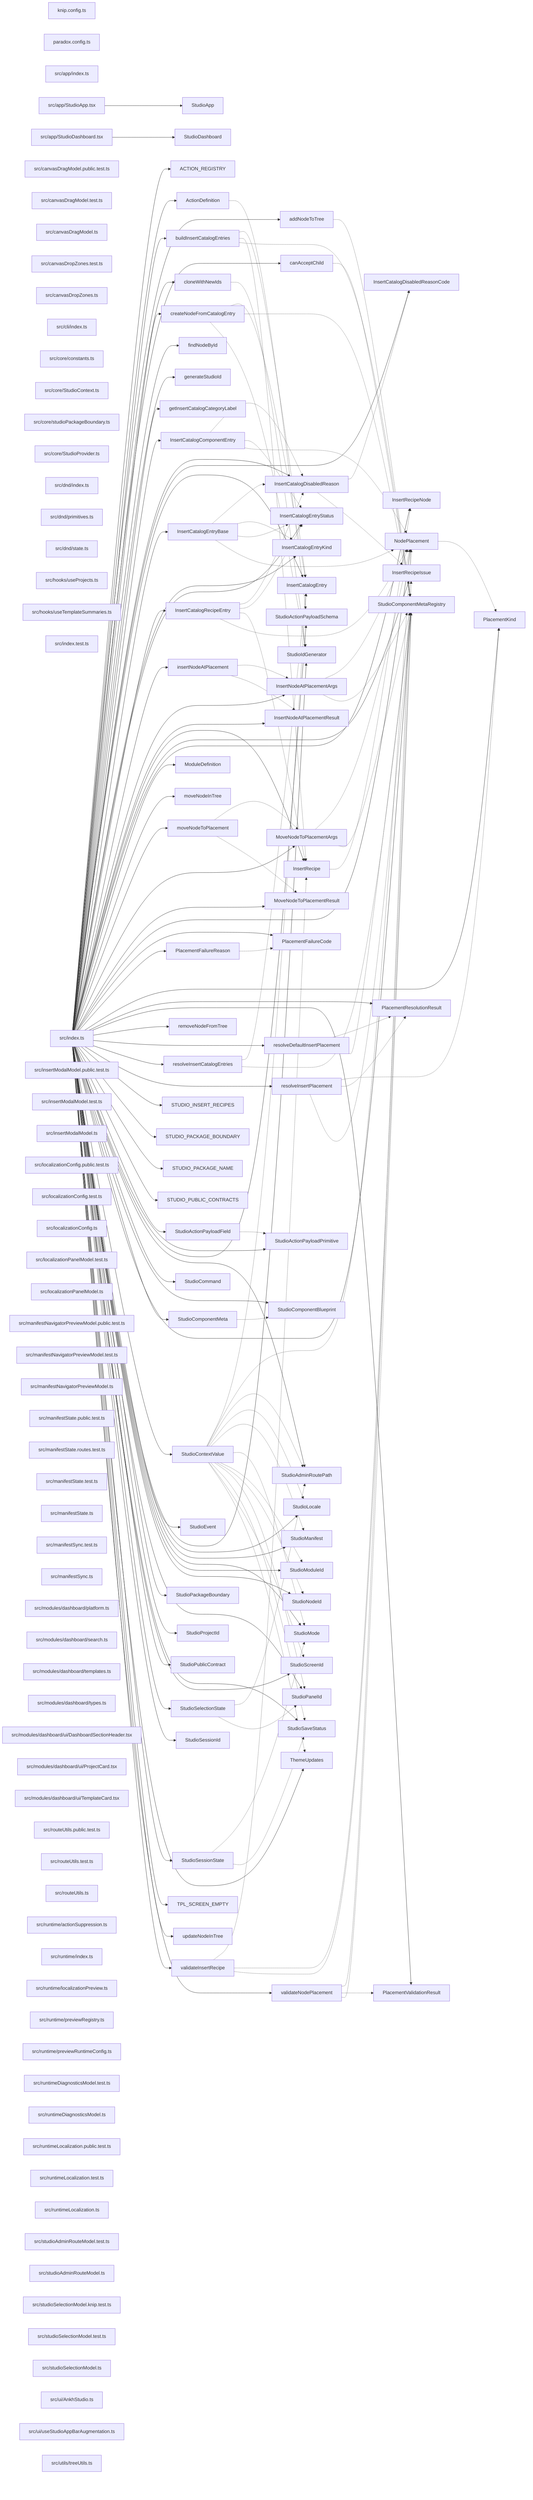
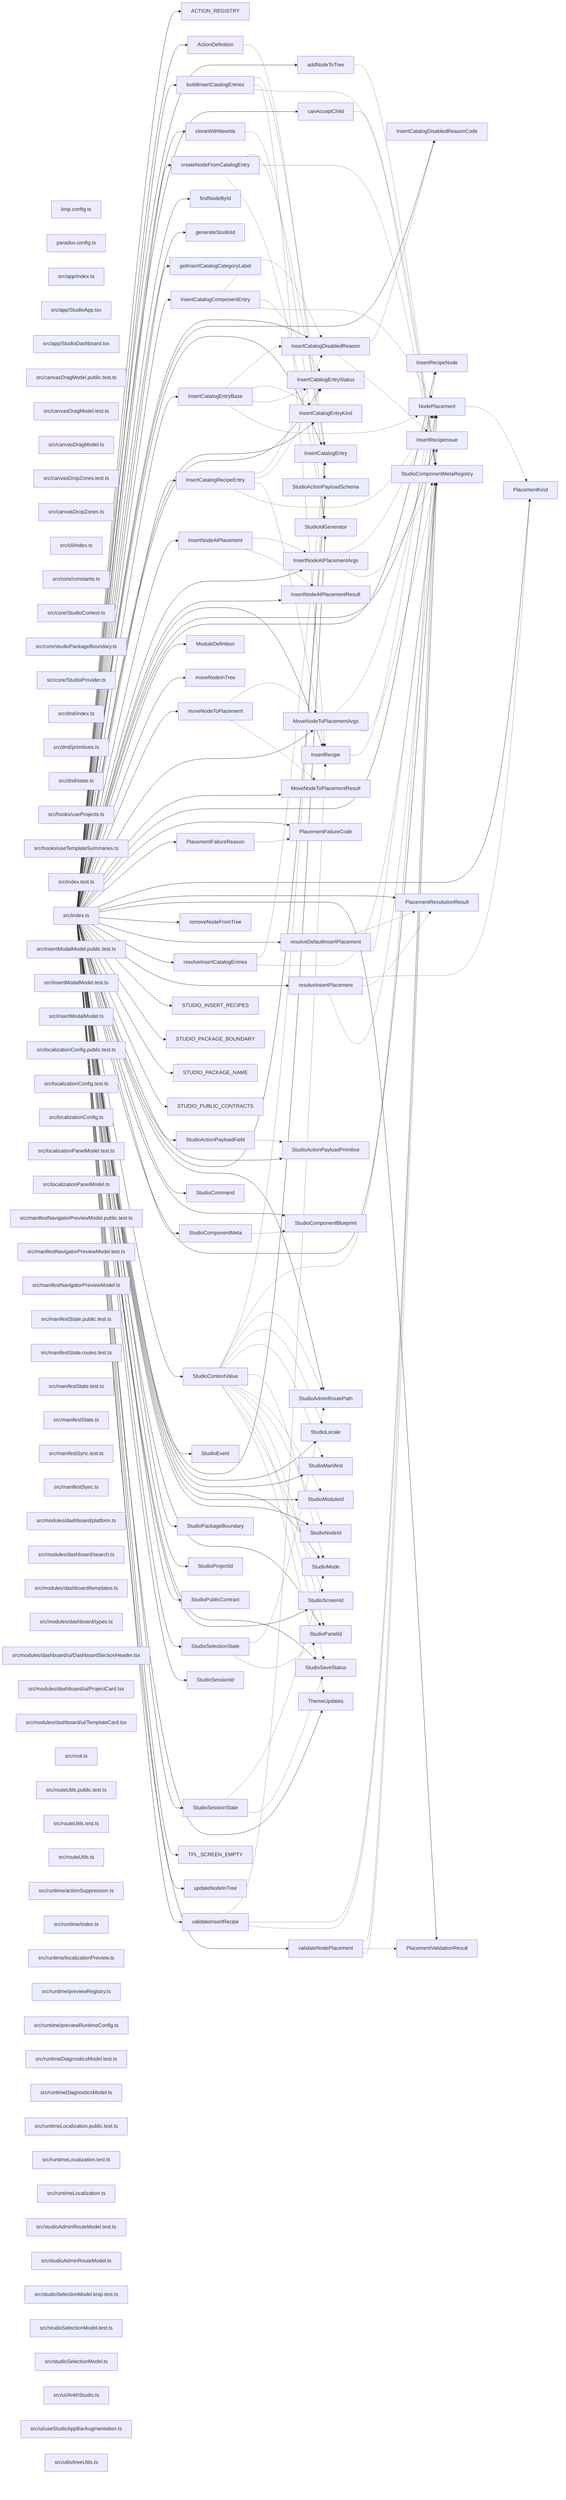
graph LR
  module_knip_config_ts["knip.config.ts"]
  module_paradox_config_ts["paradox.config.ts"]
  module_src_app_index_ts["src/app/index.ts"]
  module_src_app_StudioApp_tsx["src/app/StudioApp.tsx"]
  module_src_app_StudioDashboard_tsx["src/app/StudioDashboard.tsx"]
  module_src_canvasDragModel_public_test_ts["src/canvasDragModel.public.test.ts"]
  module_src_canvasDragModel_test_ts["src/canvasDragModel.test.ts"]
  module_src_canvasDragModel_ts["src/canvasDragModel.ts"]
  module_src_canvasDropZones_test_ts["src/canvasDropZones.test.ts"]
  module_src_canvasDropZones_ts["src/canvasDropZones.ts"]
  module_src_cli_index_ts["src/cli/index.ts"]
  module_src_core_constants_ts["src/core/constants.ts"]
  module_src_core_StudioContext_ts["src/core/StudioContext.ts"]
  module_src_core_studioPackageBoundary_ts["src/core/studioPackageBoundary.ts"]
  module_src_core_StudioProvider_ts["src/core/StudioProvider.ts"]
  module_src_dnd_index_ts["src/dnd/index.ts"]
  module_src_dnd_primitives_ts["src/dnd/primitives.ts"]
  module_src_dnd_state_ts["src/dnd/state.ts"]
  module_src_hooks_useProjects_ts["src/hooks/useProjects.ts"]
  module_src_hooks_useTemplateSummaries_ts["src/hooks/useTemplateSummaries.ts"]
  module_src_index_test_ts["src/index.test.ts"]
  module_src_index_ts["src/index.ts"]
  module_src_insertModalModel_public_test_ts["src/insertModalModel.public.test.ts"]
  module_src_insertModalModel_test_ts["src/insertModalModel.test.ts"]
  module_src_insertModalModel_ts["src/insertModalModel.ts"]
  module_src_localizationConfig_public_test_ts["src/localizationConfig.public.test.ts"]
  module_src_localizationConfig_test_ts["src/localizationConfig.test.ts"]
  module_src_localizationConfig_ts["src/localizationConfig.ts"]
  module_src_localizationPanelModel_test_ts["src/localizationPanelModel.test.ts"]
  module_src_localizationPanelModel_ts["src/localizationPanelModel.ts"]
  module_src_manifestNavigatorPreviewModel_public_test_ts["src/manifestNavigatorPreviewModel.public.test.ts"]
  module_src_manifestNavigatorPreviewModel_test_ts["src/manifestNavigatorPreviewModel.test.ts"]
  module_src_manifestNavigatorPreviewModel_ts["src/manifestNavigatorPreviewModel.ts"]
  module_src_manifestState_public_test_ts["src/manifestState.public.test.ts"]
  module_src_manifestState_routes_test_ts["src/manifestState.routes.test.ts"]
  module_src_manifestState_test_ts["src/manifestState.test.ts"]
  module_src_manifestState_ts["src/manifestState.ts"]
  module_src_manifestSync_test_ts["src/manifestSync.test.ts"]
  module_src_manifestSync_ts["src/manifestSync.ts"]
  module_src_modules_dashboard_platform_ts["src/modules/dashboard/platform.ts"]
  module_src_modules_dashboard_search_ts["src/modules/dashboard/search.ts"]
  module_src_modules_dashboard_templates_ts["src/modules/dashboard/templates.ts"]
  module_src_modules_dashboard_types_ts["src/modules/dashboard/types.ts"]
  module_src_modules_dashboard_ui_DashboardSectionHeader_tsx["src/modules/dashboard/ui/DashboardSectionHeader.tsx"]
  module_src_modules_dashboard_ui_ProjectCard_tsx["src/modules/dashboard/ui/ProjectCard.tsx"]
  module_src_modules_dashboard_ui_TemplateCard_tsx["src/modules/dashboard/ui/TemplateCard.tsx"]
+   module_src_root_ts["src/root.ts"]
  module_src_routeUtils_public_test_ts["src/routeUtils.public.test.ts"]
  module_src_routeUtils_test_ts["src/routeUtils.test.ts"]
  module_src_routeUtils_ts["src/routeUtils.ts"]
  module_src_runtime_actionSuppression_ts["src/runtime/actionSuppression.ts"]
  module_src_runtime_index_ts["src/runtime/index.ts"]
  module_src_runtime_localizationPreview_ts["src/runtime/localizationPreview.ts"]
  module_src_runtime_previewRegistry_ts["src/runtime/previewRegistry.ts"]
  module_src_runtime_previewRuntimeConfig_ts["src/runtime/previewRuntimeConfig.ts"]
  module_src_runtimeDiagnosticsModel_test_ts["src/runtimeDiagnosticsModel.test.ts"]
  module_src_runtimeDiagnosticsModel_ts["src/runtimeDiagnosticsModel.ts"]
  module_src_runtimeLocalization_public_test_ts["src/runtimeLocalization.public.test.ts"]
  module_src_runtimeLocalization_test_ts["src/runtimeLocalization.test.ts"]
  module_src_runtimeLocalization_ts["src/runtimeLocalization.ts"]
  module_src_studioAdminRouteModel_test_ts["src/studioAdminRouteModel.test.ts"]
  module_src_studioAdminRouteModel_ts["src/studioAdminRouteModel.ts"]
  module_src_studioSelectionModel_knip_test_ts["src/studioSelectionModel.knip.test.ts"]
  module_src_studioSelectionModel_test_ts["src/studioSelectionModel.test.ts"]
  module_src_studioSelectionModel_ts["src/studioSelectionModel.ts"]
  module_src_ui_AnkhStudio_ts["src/ui/AnkhStudio.ts"]
  module_src_ui_useStudioAppBarAugmentation_ts["src/ui/useStudioAppBarAugmentation.ts"]
  module_src_utils_treeUtils_ts["src/utils/treeUtils.ts"]
  export_ACTION_REGISTRY["ACTION_REGISTRY"]
  module_src_index_ts --> export_ACTION_REGISTRY
  export_ActionDefinition["ActionDefinition"]
  module_src_index_ts --> export_ActionDefinition
  export_ActionDefinition -.-> export_StudioActionPayloadSchema
  export_addNodeToTree["addNodeToTree"]
  module_src_index_ts --> export_addNodeToTree
  export_addNodeToTree -.-> export_StudioComponentMetaRegistry
  export_buildInsertCatalogEntries["buildInsertCatalogEntries"]
  module_src_index_ts --> export_buildInsertCatalogEntries
  export_buildInsertCatalogEntries -.-> export_InsertCatalogEntry
  export_buildInsertCatalogEntries -.-> export_InsertRecipe
  export_buildInsertCatalogEntries -.-> export_StudioComponentMetaRegistry
  export_canAcceptChild["canAcceptChild"]
  module_src_index_ts --> export_canAcceptChild
  export_canAcceptChild -.-> export_StudioComponentMetaRegistry
  export_cloneWithNewIds["cloneWithNewIds"]
  module_src_index_ts --> export_cloneWithNewIds
  export_cloneWithNewIds -.-> export_StudioIdGenerator
  export_createNodeFromCatalogEntry["createNodeFromCatalogEntry"]
  module_src_index_ts --> export_createNodeFromCatalogEntry
  export_createNodeFromCatalogEntry -.-> export_InsertCatalogEntry
  export_createNodeFromCatalogEntry -.-> export_StudioComponentMetaRegistry
  export_createNodeFromCatalogEntry -.-> export_StudioIdGenerator
  export_findNodeById["findNodeById"]
  module_src_index_ts --> export_findNodeById
  export_generateStudioId["generateStudioId"]
  module_src_index_ts --> export_generateStudioId
  export_getInsertCatalogCategoryLabel["getInsertCatalogCategoryLabel"]
  module_src_index_ts --> export_getInsertCatalogCategoryLabel
  export_InsertCatalogComponentEntry["InsertCatalogComponentEntry"]
  module_src_index_ts --> export_InsertCatalogComponentEntry
  export_InsertCatalogComponentEntry -.-> export_InsertCatalogDisabledReason
  export_InsertCatalogComponentEntry -.-> export_InsertCatalogEntryStatus
  export_InsertCatalogComponentEntry -.-> export_NodePlacement
  export_InsertCatalogDisabledReason["InsertCatalogDisabledReason"]
  module_src_index_ts --> export_InsertCatalogDisabledReason
  export_InsertCatalogDisabledReason -.-> export_InsertCatalogDisabledReasonCode
  export_InsertCatalogDisabledReason -.-> export_InsertRecipeIssue
  export_InsertCatalogDisabledReasonCode["InsertCatalogDisabledReasonCode"]
  module_src_index_ts --> export_InsertCatalogDisabledReasonCode
  export_InsertCatalogEntry["InsertCatalogEntry"]
  module_src_index_ts --> export_InsertCatalogEntry
  export_InsertCatalogEntryBase["InsertCatalogEntryBase"]
  module_src_index_ts --> export_InsertCatalogEntryBase
  export_InsertCatalogEntryBase -.-> export_InsertCatalogDisabledReason
  export_InsertCatalogEntryBase -.-> export_InsertCatalogEntryKind
  export_InsertCatalogEntryBase -.-> export_InsertCatalogEntryStatus
  export_InsertCatalogEntryBase -.-> export_NodePlacement
  export_InsertCatalogEntryKind["InsertCatalogEntryKind"]
  module_src_index_ts --> export_InsertCatalogEntryKind
  export_InsertCatalogEntryStatus["InsertCatalogEntryStatus"]
  module_src_index_ts --> export_InsertCatalogEntryStatus
  export_InsertCatalogRecipeEntry["InsertCatalogRecipeEntry"]
  module_src_index_ts --> export_InsertCatalogRecipeEntry
  export_InsertCatalogRecipeEntry -.-> export_InsertCatalogDisabledReason
  export_InsertCatalogRecipeEntry -.-> export_InsertCatalogEntryStatus
  export_InsertCatalogRecipeEntry -.-> export_InsertRecipe
  export_InsertCatalogRecipeEntry -.-> export_NodePlacement
  export_insertNodeAtPlacement["insertNodeAtPlacement"]
  module_src_index_ts --> export_insertNodeAtPlacement
  export_insertNodeAtPlacement -.-> export_InsertNodeAtPlacementArgs
  export_insertNodeAtPlacement -.-> export_InsertNodeAtPlacementResult
  export_InsertNodeAtPlacementArgs["InsertNodeAtPlacementArgs"]
  module_src_index_ts --> export_InsertNodeAtPlacementArgs
  export_InsertNodeAtPlacementArgs -.-> export_NodePlacement
  export_InsertNodeAtPlacementArgs -.-> export_StudioComponentMetaRegistry
  export_InsertNodeAtPlacementResult["InsertNodeAtPlacementResult"]
  module_src_index_ts --> export_InsertNodeAtPlacementResult
  export_InsertRecipe["InsertRecipe"]
  module_src_index_ts --> export_InsertRecipe
  export_InsertRecipe -.-> export_InsertRecipeNode
  export_InsertRecipeIssue["InsertRecipeIssue"]
  module_src_index_ts --> export_InsertRecipeIssue
  export_InsertRecipeNode["InsertRecipeNode"]
  module_src_index_ts --> export_InsertRecipeNode
  export_ModuleDefinition["ModuleDefinition"]
  module_src_index_ts --> export_ModuleDefinition
  export_moveNodeInTree["moveNodeInTree"]
  module_src_index_ts --> export_moveNodeInTree
  export_moveNodeToPlacement["moveNodeToPlacement"]
  module_src_index_ts --> export_moveNodeToPlacement
  export_moveNodeToPlacement -.-> export_MoveNodeToPlacementArgs
  export_moveNodeToPlacement -.-> export_MoveNodeToPlacementResult
  export_MoveNodeToPlacementArgs["MoveNodeToPlacementArgs"]
  module_src_index_ts --> export_MoveNodeToPlacementArgs
  export_MoveNodeToPlacementArgs -.-> export_NodePlacement
  export_MoveNodeToPlacementArgs -.-> export_StudioComponentMetaRegistry
  export_MoveNodeToPlacementResult["MoveNodeToPlacementResult"]
  module_src_index_ts --> export_MoveNodeToPlacementResult
  export_NodePlacement["NodePlacement"]
  module_src_index_ts --> export_NodePlacement
  export_NodePlacement -.-> export_PlacementKind
  export_PlacementFailureCode["PlacementFailureCode"]
  module_src_index_ts --> export_PlacementFailureCode
  export_PlacementFailureReason["PlacementFailureReason"]
  module_src_index_ts --> export_PlacementFailureReason
  export_PlacementFailureReason -.-> export_PlacementFailureCode
  export_PlacementKind["PlacementKind"]
  module_src_index_ts --> export_PlacementKind
  export_PlacementResolutionResult["PlacementResolutionResult"]
  module_src_index_ts --> export_PlacementResolutionResult
  export_PlacementValidationResult["PlacementValidationResult"]
  module_src_index_ts --> export_PlacementValidationResult
  export_removeNodeFromTree["removeNodeFromTree"]
  module_src_index_ts --> export_removeNodeFromTree
  export_resolveDefaultInsertPlacement["resolveDefaultInsertPlacement"]
  module_src_index_ts --> export_resolveDefaultInsertPlacement
  export_resolveDefaultInsertPlacement -.-> export_PlacementResolutionResult
  export_resolveDefaultInsertPlacement -.-> export_StudioComponentMetaRegistry
  export_resolveInsertCatalogEntries["resolveInsertCatalogEntries"]
  module_src_index_ts --> export_resolveInsertCatalogEntries
  export_resolveInsertCatalogEntries -.-> export_InsertCatalogEntry
  export_resolveInsertCatalogEntries -.-> export_StudioComponentMetaRegistry
  export_resolveInsertPlacement["resolveInsertPlacement"]
  module_src_index_ts --> export_resolveInsertPlacement
  export_resolveInsertPlacement -.-> export_PlacementKind
  export_resolveInsertPlacement -.-> export_PlacementResolutionResult
  export_resolveInsertPlacement -.-> export_StudioComponentMetaRegistry
  export_STUDIO_INSERT_RECIPES["STUDIO_INSERT_RECIPES"]
  module_src_index_ts --> export_STUDIO_INSERT_RECIPES
  export_STUDIO_PACKAGE_BOUNDARY["STUDIO_PACKAGE_BOUNDARY"]
  module_src_index_ts --> export_STUDIO_PACKAGE_BOUNDARY
  export_STUDIO_PACKAGE_NAME["STUDIO_PACKAGE_NAME"]
  module_src_index_ts --> export_STUDIO_PACKAGE_NAME
  export_STUDIO_PUBLIC_CONTRACTS["STUDIO_PUBLIC_CONTRACTS"]
  module_src_index_ts --> export_STUDIO_PUBLIC_CONTRACTS
  export_StudioActionPayloadField["StudioActionPayloadField"]
  module_src_index_ts --> export_StudioActionPayloadField
  export_StudioActionPayloadField -.-> export_StudioActionPayloadPrimitive
  export_StudioActionPayloadPrimitive["StudioActionPayloadPrimitive"]
  module_src_index_ts --> export_StudioActionPayloadPrimitive
  export_StudioActionPayloadSchema["StudioActionPayloadSchema"]
  module_src_index_ts --> export_StudioActionPayloadSchema
  export_StudioAdminRoutePath["StudioAdminRoutePath"]
  module_src_index_ts --> export_StudioAdminRoutePath
-   export_StudioApp["StudioApp"]
-   module_src_app_StudioApp_tsx --> export_StudioApp
  export_StudioCommand["StudioCommand"]
  module_src_index_ts --> export_StudioCommand
  export_StudioComponentBlueprint["StudioComponentBlueprint"]
  module_src_index_ts --> export_StudioComponentBlueprint
  export_StudioComponentMeta["StudioComponentMeta"]
  module_src_index_ts --> export_StudioComponentMeta
  export_StudioComponentMeta -.-> export_StudioComponentBlueprint
  export_StudioComponentMetaRegistry["StudioComponentMetaRegistry"]
  module_src_index_ts --> export_StudioComponentMetaRegistry
  export_StudioContextValue["StudioContextValue"]
  module_src_index_ts --> export_StudioContextValue
  export_StudioContextValue -.-> export_InsertCatalogEntry
  export_StudioContextValue -.-> export_NodePlacement
  export_StudioContextValue -.-> export_StudioAdminRoutePath
  export_StudioContextValue -.-> export_StudioLocale
  export_StudioContextValue -.-> export_StudioManifest
  export_StudioContextValue -.-> export_StudioMode
  export_StudioContextValue -.-> export_StudioModuleId
  export_StudioContextValue -.-> export_StudioNodeId
  export_StudioContextValue -.-> export_StudioPanelId
  export_StudioContextValue -.-> export_StudioSaveStatus
  export_StudioContextValue -.-> export_StudioScreenId
  export_StudioContextValue -.-> export_ThemeUpdates
-   export_StudioDashboard["StudioDashboard"]
-   module_src_app_StudioDashboard_tsx --> export_StudioDashboard
  export_StudioEvent["StudioEvent"]
  module_src_index_ts --> export_StudioEvent
  export_StudioIdGenerator["StudioIdGenerator"]
  module_src_index_ts --> export_StudioIdGenerator
  export_StudioLocale["StudioLocale"]
  module_src_index_ts --> export_StudioLocale
  export_StudioManifest["StudioManifest"]
  module_src_index_ts --> export_StudioManifest
  export_StudioMode["StudioMode"]
  module_src_index_ts --> export_StudioMode
  export_StudioModuleId["StudioModuleId"]
  module_src_index_ts --> export_StudioModuleId
  export_StudioNodeId["StudioNodeId"]
  module_src_index_ts --> export_StudioNodeId
  export_StudioPackageBoundary["StudioPackageBoundary"]
  module_src_index_ts --> export_StudioPackageBoundary
  export_StudioPanelId["StudioPanelId"]
  module_src_index_ts --> export_StudioPanelId
  export_StudioProjectId["StudioProjectId"]
  module_src_index_ts --> export_StudioProjectId
  export_StudioPublicContract["StudioPublicContract"]
  module_src_index_ts --> export_StudioPublicContract
  export_StudioSaveStatus["StudioSaveStatus"]
  module_src_index_ts --> export_StudioSaveStatus
  export_StudioScreenId["StudioScreenId"]
  module_src_index_ts --> export_StudioScreenId
  export_StudioSelectionState["StudioSelectionState"]
  module_src_index_ts --> export_StudioSelectionState
  export_StudioSelectionState -.-> export_StudioAdminRoutePath
  export_StudioSelectionState -.-> export_StudioPanelId
  export_StudioSessionId["StudioSessionId"]
  module_src_index_ts --> export_StudioSessionId
  export_StudioSessionState["StudioSessionState"]
  module_src_index_ts --> export_StudioSessionState
  export_StudioSessionState -.-> export_StudioMode
  export_StudioSessionState -.-> export_StudioSaveStatus
  export_ThemeUpdates["ThemeUpdates"]
  module_src_index_ts --> export_ThemeUpdates
  export_TPL_SCREEN_EMPTY["TPL_SCREEN_EMPTY"]
  module_src_index_ts --> export_TPL_SCREEN_EMPTY
  export_updateNodeInTree["updateNodeInTree"]
  module_src_index_ts --> export_updateNodeInTree
  export_validateInsertRecipe["validateInsertRecipe"]
  module_src_index_ts --> export_validateInsertRecipe
  export_validateInsertRecipe -.-> export_InsertRecipe
  export_validateInsertRecipe -.-> export_InsertRecipeIssue
  export_validateInsertRecipe -.-> export_StudioComponentMetaRegistry
  export_validateNodePlacement["validateNodePlacement"]
  module_src_index_ts --> export_validateNodePlacement
  export_validateNodePlacement -.-> export_NodePlacement
  export_validateNodePlacement -.-> export_PlacementValidationResult
  export_validateNodePlacement -.-> export_StudioComponentMetaRegistry
